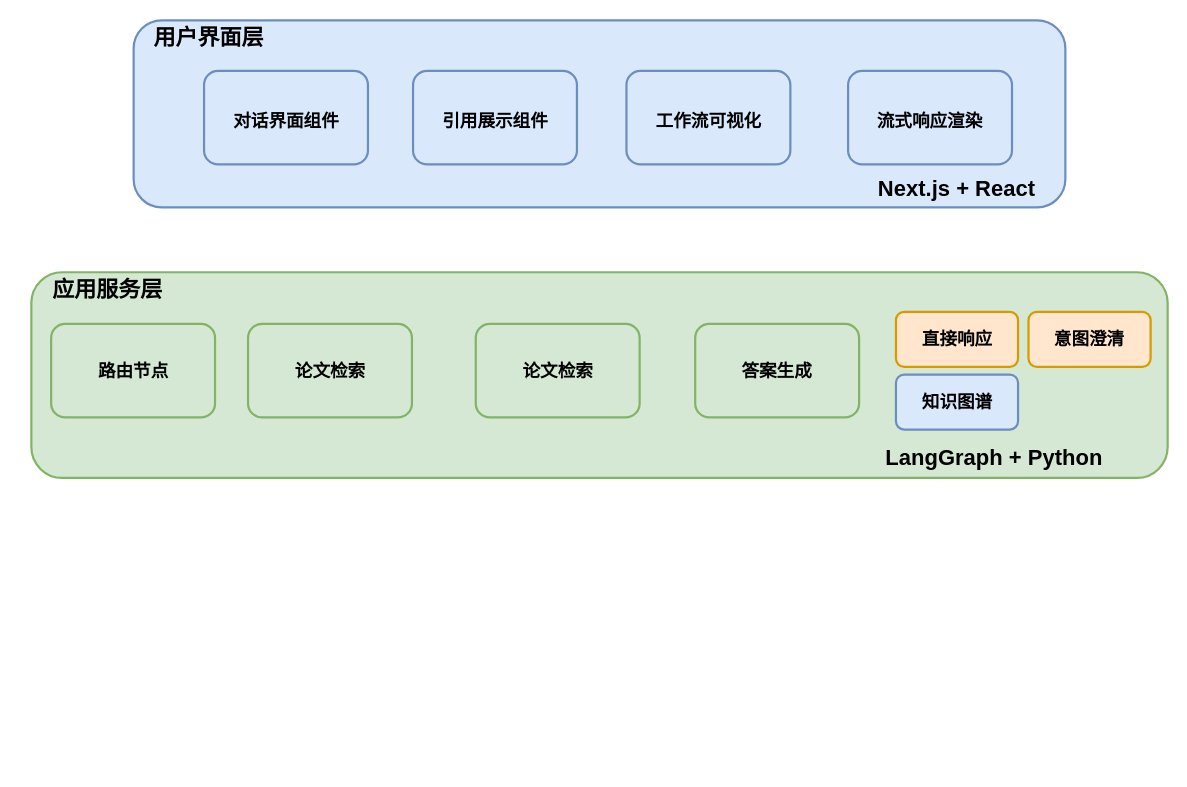
Before: diagrams/overall_system_architecture.drawio in real-jiakai/draw, a draw.io diagram. Source tidied: cells renumbered, new cells numbered last; positions are measured from the earlier drawing's top-left corner, leaving out a move shared by most shapes. Both pictures are drawn from the tidied source at 110%, with x=0, y=0 at pixel (31, 20).
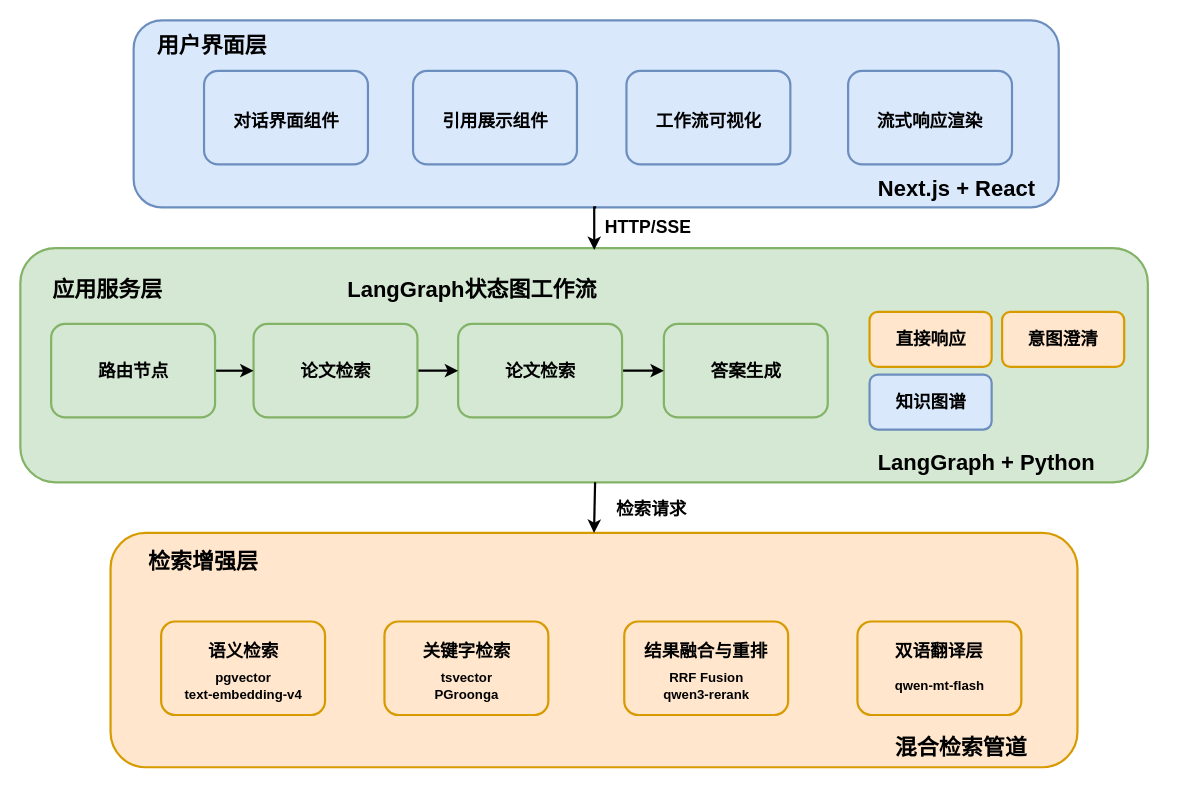
Above is the later version.

The change refers to these unchanged cells:
```xml
<mxCell id="20" style="rounded=1;whiteSpace=wrap;html=1;strokeWidth=2;fillColor=#d5e8d4;strokeColor=#82b366;" parent="1" vertex="1">
  <mxGeometry x="18" y="276" width="149" height="85" as="geometry" />
</mxCell>
```

What changed in the source:
```diff
@@
+    <mxCell id="30" style="rounded=1;whiteSpace=wrap;html=1;fillColor=#ffe6cc;strokeColor=#d79b00;strokeWidth=2;" parent="1" vertex="1">
+      <mxGeometry x="72" y="466" width="879" height="213" as="geometry" />
+    </mxCell>
     <mxCell id="2" style="rounded=1;whiteSpace=wrap;html=1;fillColor=#d5e8d4;strokeColor=#82b366;strokeWidth=2;" parent="1" vertex="1">
-      <mxGeometry y="229" width="1033" height="187" as="geometry" />
+      <mxGeometry x="-10" y="207" width="1025" height="213" as="geometry" />
     </mxCell>
     <mxCell id="3" style="rounded=1;whiteSpace=wrap;html=1;strokeWidth=2;fillColor=#dae8fc;strokeColor=#6c8ebf;" parent="1" vertex="1">
-      <mxGeometry x="786" y="322" width="111" height="50" as="geometry" />
+      <mxGeometry x="762" y="322" width="111" height="50" as="geometry" />
     </mxCell>
     <mxCell id="4" style="rounded=1;whiteSpace=wrap;html=1;strokeWidth=2;fillColor=#ffe6cc;strokeColor=#d79b00;" parent="1" vertex="1">
-      <mxGeometry x="786" y="265" width="111" height="50" as="geometry" />
+      <mxGeometry x="762" y="265" width="111" height="50" as="geometry" />
     </mxCell>
     <mxCell id="5" style="rounded=1;whiteSpace=wrap;html=1;strokeWidth=2;fillColor=#ffe6cc;strokeColor=#d79b00;" parent="1" vertex="1">
-      <mxGeometry x="906.5" y="265" width="111" height="50" as="geometry" />
+      <mxGeometry x="882.5" y="265" width="111" height="50" as="geometry" />
     </mxCell>
     <mxCell id="6" style="rounded=1;whiteSpace=wrap;html=1;strokeWidth=2;fillColor=#d5e8d4;strokeColor=#82b366;" parent="1" vertex="1">
-      <mxGeometry x="603.5" y="276" width="149" height="85" as="geometry" />
+      <mxGeometry x="575" y="276" width="149" height="85" as="geometry" />
     </mxCell>
+    <mxCell id="31" style="edgeStyle=orthogonalEdgeStyle;rounded=0;jettySize=auto;html=1;exitX=1;exitY=0.5;exitDx=0;exitDy=0;entryX=0;entryY=0.5;entryDx=0;entryDy=0;strokeWidth=2;" parent="1" edge="1" source="7" target="6">
+      <mxGeometry relative="1" as="geometry" />
+    </mxCell>
     <mxCell id="7" style="rounded=1;whiteSpace=wrap;html=1;strokeWidth=2;fillColor=#d5e8d4;strokeColor=#82b366;" parent="1" vertex="1">
-      <mxGeometry x="404" y="276" width="149" height="85" as="geometry" />
+      <mxGeometry x="388" y="276" width="149" height="85" as="geometry" />
     </mxCell>
+    <mxCell id="32" style="edgeStyle=orthogonalEdgeStyle;rounded=0;jettySize=auto;html=1;exitX=1;exitY=0.5;exitDx=0;exitDy=0;entryX=0;entryY=0.5;entryDx=0;entryDy=0;strokeWidth=2;" parent="1" edge="1" source="8" target="7">
+      <mxGeometry relative="1" as="geometry" />
+    </mxCell>
     <mxCell id="8" style="rounded=1;whiteSpace=wrap;html=1;strokeWidth=2;fillColor=#d5e8d4;strokeColor=#82b366;" parent="1" vertex="1">
-      <mxGeometry x="197" y="276" width="149" height="85" as="geometry" />
+      <mxGeometry x="202" y="276" width="149" height="85" as="geometry" />
     </mxCell>
     <mxCell id="9" style="rounded=1;whiteSpace=wrap;html=1;fillColor=#dae8fc;strokeColor=#6c8ebf;strokeWidth=2;" parent="1" vertex="1">
-      <mxGeometry x="93" width="847" height="170" as="geometry" />
+      <mxGeometry x="93" width="841" height="170" as="geometry" />
     </mxCell>
@@
     <mxCell id="18" value="&lt;font style=&quot;font-size: 20px;&quot;&gt;&lt;b&gt;用户界面层&lt;/b&gt;&lt;/font&gt;" style="text;html=1;whiteSpace=wrap;strokeColor=none;fillColor=none;align=center;verticalAlign=middle;rounded=0;" parent="1" vertex="1">
-      <mxGeometry x="110" width="103" height="30" as="geometry" />
+      <mxGeometry x="113" y="7" width="103" height="30" as="geometry" />
     </mxCell>
@@
+    <mxCell id="33" style="edgeStyle=orthogonalEdgeStyle;rounded=0;jettySize=auto;html=1;exitX=1;exitY=0.5;exitDx=0;exitDy=0;entryX=0;entryY=0.5;entryDx=0;entryDy=0;strokeWidth=2;" parent="1" edge="1" source="20" target="8">
+      <mxGeometry relative="1" as="geometry" />
+    </mxCell>
@@
     <mxCell id="22" value="&lt;span style=&quot;font-size: 16px;&quot;&gt;&lt;b&gt;论文检索&lt;/b&gt;&lt;/span&gt;" style="text;html=1;whiteSpace=wrap;strokeColor=none;fillColor=none;align=center;verticalAlign=middle;rounded=0;" parent="1" vertex="1">
-      <mxGeometry x="221.5" y="303.5" width="100" height="30" as="geometry" />
+      <mxGeometry x="226.5" y="303.5" width="100" height="30" as="geometry" />
     </mxCell>
     <mxCell id="23" value="&lt;span style=&quot;font-size: 16px;&quot;&gt;&lt;b&gt;论文检索&lt;/b&gt;&lt;/span&gt;" style="text;html=1;whiteSpace=wrap;strokeColor=none;fillColor=none;align=center;verticalAlign=middle;rounded=0;" parent="1" vertex="1">
-      <mxGeometry x="428.5" y="303.5" width="100" height="30" as="geometry" />
+      <mxGeometry x="412.5" y="303.5" width="100" height="30" as="geometry" />
     </mxCell>
     <mxCell id="24" value="&lt;span style=&quot;font-size: 16px;&quot;&gt;&lt;b&gt;答案生成&lt;/b&gt;&lt;/span&gt;" style="text;html=1;whiteSpace=wrap;strokeColor=none;fillColor=none;align=center;verticalAlign=middle;rounded=0;" parent="1" vertex="1">
-      <mxGeometry x="628" y="303.5" width="100" height="30" as="geometry" />
+      <mxGeometry x="599.5" y="303.5" width="100" height="30" as="geometry" />
     </mxCell>
     <mxCell id="25" value="&lt;span style=&quot;font-size: 16px;&quot;&gt;&lt;b&gt;直接响应&lt;/b&gt;&lt;/span&gt;" style="text;html=1;whiteSpace=wrap;strokeColor=none;fillColor=none;align=center;verticalAlign=middle;rounded=0;" parent="1" vertex="1">
-      <mxGeometry x="791.5" y="275" width="100" height="30" as="geometry" />
+      <mxGeometry x="767.5" y="275" width="100" height="30" as="geometry" />
     </mxCell>
     <mxCell id="26" value="&lt;span style=&quot;font-size: 16px;&quot;&gt;&lt;b&gt;意图澄清&lt;/b&gt;&lt;/span&gt;" style="text;html=1;whiteSpace=wrap;strokeColor=none;fillColor=none;align=center;verticalAlign=middle;rounded=0;" parent="1" vertex="1">
-      <mxGeometry x="912" y="275" width="100" height="30" as="geometry" />
+      <mxGeometry x="888" y="275" width="100" height="30" as="geometry" />
     </mxCell>
     <mxCell id="27" value="&lt;span style=&quot;font-size: 16px;&quot;&gt;&lt;b&gt;知识图谱&lt;/b&gt;&lt;/span&gt;" style="text;html=1;whiteSpace=wrap;strokeColor=none;fillColor=none;align=center;verticalAlign=middle;rounded=0;" parent="1" vertex="1">
-      <mxGeometry x="791.5" y="332" width="100" height="30" as="geometry" />
+      <mxGeometry x="767.5" y="332" width="100" height="30" as="geometry" />
     </mxCell>
@@
     <mxCell id="29" value="&lt;span style=&quot;font-size: 20px;&quot;&gt;&lt;b&gt;LangGraph + Python&lt;/b&gt;&lt;/span&gt;" style="text;html=1;whiteSpace=wrap;strokeColor=none;fillColor=none;align=center;verticalAlign=middle;rounded=0;" parent="1" vertex="1">
-      <mxGeometry x="775" y="382" width="201" height="30" as="geometry" />
+      <mxGeometry x="767.5" y="386" width="201" height="30" as="geometry" />
     </mxCell>
+    <mxCell id="34" style="edgeStyle=orthogonalEdgeStyle;rounded=0;jettySize=auto;html=1;exitX=0.5;exitY=1;exitDx=0;exitDy=0;entryX=0.509;entryY=0.008;entryDx=0;entryDy=0;entryPerimeter=0;strokeWidth=2;" parent="1" edge="1" source="9" target="2">
+      <mxGeometry relative="1" as="geometry" />
+    </mxCell>
+    <mxCell id="35" value="&lt;b&gt;&lt;font style=&quot;font-size: 16px;&quot;&gt;HTTP/SSE&lt;/font&gt;&lt;/b&gt;" style="text;html=1;whiteSpace=wrap;strokeColor=none;fillColor=none;align=center;verticalAlign=middle;rounded=0;" parent="1" vertex="1">
+      <mxGeometry x="517" y="173" width="88" height="30" as="geometry" />
+    </mxCell>
+    <mxCell id="36" value="&lt;b style=&quot;&quot;&gt;&lt;font style=&quot;font-size: 20px;&quot;&gt;LangGraph状态图工作流&lt;/font&gt;&lt;/b&gt;" style="text;html=1;whiteSpace=wrap;strokeColor=none;fillColor=none;align=center;verticalAlign=middle;rounded=0;" parent="1" vertex="1">
+      <mxGeometry x="285" y="229" width="232" height="30" as="geometry" />
+    </mxCell>
+    <mxCell id="37" style="rounded=1;whiteSpace=wrap;html=1;strokeWidth=2;fillColor=#ffe6cc;strokeColor=#d79b00;" parent="1" vertex="1">
+      <mxGeometry x="118" y="546.5" width="149" height="85" as="geometry" />
+    </mxCell>
+    <mxCell id="38" value="&lt;span style=&quot;font-size: 16px;&quot;&gt;&lt;b&gt;语义检索&lt;/b&gt;&lt;/span&gt;" style="text;html=1;whiteSpace=wrap;strokeColor=none;fillColor=none;align=center;verticalAlign=middle;rounded=0;" parent="1" vertex="1">
+      <mxGeometry x="142.5" y="557.5" width="100" height="30" as="geometry" />
+    </mxCell>
+    <mxCell id="39" value="&lt;b&gt;pgvector&lt;/b&gt;&lt;div&gt;&lt;b&gt;text-embedding-v4&lt;/b&gt;&lt;/div&gt;" style="text;html=1;whiteSpace=wrap;strokeColor=none;fillColor=none;align=center;verticalAlign=middle;rounded=0;" parent="1" vertex="1">
+      <mxGeometry x="129.8" y="589.5" width="125.5" height="30" as="geometry" />
+    </mxCell>
+    <mxCell id="40" style="rounded=1;whiteSpace=wrap;html=1;strokeWidth=2;fillColor=#ffe6cc;strokeColor=#d79b00;" parent="1" vertex="1">
+      <mxGeometry x="321" y="546.5" width="149" height="85" as="geometry" />
+    </mxCell>
+    <mxCell id="41" value="&lt;span style=&quot;font-size: 16px;&quot;&gt;&lt;b&gt;关键字检索&lt;/b&gt;&lt;/span&gt;" style="text;html=1;whiteSpace=wrap;strokeColor=none;fillColor=none;align=center;verticalAlign=middle;rounded=0;" parent="1" vertex="1">
+      <mxGeometry x="345.5" y="557.5" width="100" height="30" as="geometry" />
+    </mxCell>
+    <mxCell id="42" value="&lt;b&gt;tsvector&lt;/b&gt;&lt;div&gt;&lt;b&gt;PGroonga&lt;/b&gt;&lt;/div&gt;" style="text;html=1;whiteSpace=wrap;strokeColor=none;fillColor=none;align=center;verticalAlign=middle;rounded=0;" parent="1" vertex="1">
+      <mxGeometry x="332.8" y="589.5" width="125.5" height="30" as="geometry" />
+    </mxCell>
+    <mxCell id="43" style="rounded=1;whiteSpace=wrap;html=1;strokeWidth=2;fillColor=#ffe6cc;strokeColor=#d79b00;" parent="1" vertex="1">
+      <mxGeometry x="539" y="546.5" width="149" height="85" as="geometry" />
+    </mxCell>
+    <mxCell id="44" value="&lt;span style=&quot;font-size: 16px;&quot;&gt;&lt;b&gt;结果融合与重排&lt;/b&gt;&lt;/span&gt;" style="text;html=1;whiteSpace=wrap;strokeColor=none;fillColor=none;align=center;verticalAlign=middle;rounded=0;" parent="1" vertex="1">
+      <mxGeometry x="555.2" y="557.5" width="116.5" height="30" as="geometry" />
+    </mxCell>
+    <mxCell id="45" value="&lt;b&gt;RRF Fusion&lt;/b&gt;&lt;div&gt;&lt;b&gt;qwen3-rerank&lt;/b&gt;&lt;/div&gt;" style="text;html=1;whiteSpace=wrap;strokeColor=none;fillColor=none;align=center;verticalAlign=middle;rounded=0;" parent="1" vertex="1">
+      <mxGeometry x="550.8" y="589.5" width="125.5" height="30" as="geometry" />
+    </mxCell>
+    <mxCell id="46" style="rounded=1;whiteSpace=wrap;html=1;strokeWidth=2;fillColor=#ffe6cc;strokeColor=#d79b00;" parent="1" vertex="1">
+      <mxGeometry x="751" y="546.5" width="149" height="85" as="geometry" />
+    </mxCell>
+    <mxCell id="47" value="&lt;span style=&quot;font-size: 16px;&quot;&gt;&lt;b&gt;双语翻译层&lt;/b&gt;&lt;/span&gt;" style="text;html=1;whiteSpace=wrap;strokeColor=none;fillColor=none;align=center;verticalAlign=middle;rounded=0;" parent="1" vertex="1">
+      <mxGeometry x="767.2" y="557.5" width="116.5" height="30" as="geometry" />
+    </mxCell>
+    <mxCell id="48" value="&lt;b&gt;qwen-mt-flash&lt;/b&gt;" style="text;html=1;whiteSpace=wrap;strokeColor=none;fillColor=none;align=center;verticalAlign=middle;rounded=0;" parent="1" vertex="1">
+      <mxGeometry x="762.8" y="589.5" width="125.5" height="30" as="geometry" />
+    </mxCell>
+    <mxCell id="49" value="&lt;span style=&quot;font-size: 20px;&quot;&gt;&lt;b&gt;混合检索管道&lt;/b&gt;&lt;/span&gt;" style="text;html=1;whiteSpace=wrap;strokeColor=none;fillColor=none;align=center;verticalAlign=middle;rounded=0;" parent="1" vertex="1">
+      <mxGeometry x="782" y="644.5" width="127" height="30" as="geometry" />
+    </mxCell>
+    <mxCell id="50" value="&lt;span style=&quot;font-size: 20px;&quot;&gt;&lt;b&gt;检索增强层&lt;/b&gt;&lt;/span&gt;" style="text;html=1;whiteSpace=wrap;strokeColor=none;fillColor=none;align=center;verticalAlign=middle;rounded=0;" parent="1" vertex="1">
+      <mxGeometry x="105" y="475.5" width="103" height="30" as="geometry" />
+    </mxCell>
+    <mxCell id="51" style="endArrow=classic;html=1;rounded=0;entryX=0.5;entryY=0;entryDx=0;entryDy=0;strokeWidth=2;" parent="1" edge="1" target="30">
+      <mxGeometry relative="1" as="geometry">
+        <mxPoint x="512.5" y="420" as="sourcePoint" />
+      </mxGeometry>
+    </mxCell>
+    <mxCell id="52" value="&lt;span style=&quot;font-size: 16px;&quot;&gt;&lt;b&gt;检索请求&lt;/b&gt;&lt;/span&gt;" style="text;html=1;whiteSpace=wrap;strokeColor=none;fillColor=none;align=center;verticalAlign=middle;rounded=0;" parent="1" vertex="1">
+      <mxGeometry x="520" y="429" width="88" height="30" as="geometry" />
+    </mxCell>
```
